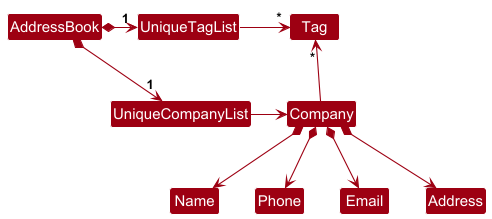
Earlier version of the PlantUML export docs/images/BetterModelClassDiagram.png (AY2526S1-CS2103T-F08a-1/tp).
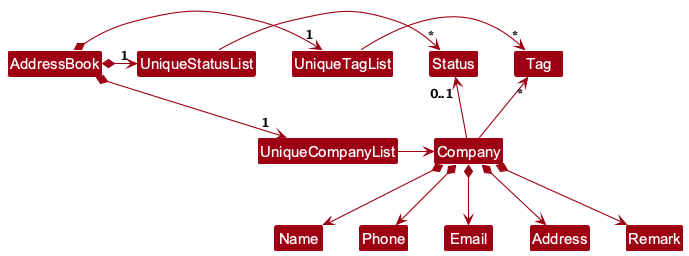
The same file after the commit.

Commit message:
Update model class diagram

Diff of the diagram source:
```diff
@@ -6,16 +6,21 @@
 
 AddressBook *-right-> "1" UniqueCompanyList
 AddressBook *-right-> "1" UniqueTagList
+AddressBook *-right-> "1" UniqueStatusList
 UniqueTagList -[hidden]down- UniqueCompanyList
 UniqueTagList -[hidden]down- UniqueCompanyList
+UniqueStatusList -[hidden]down- UniqueCompanyList
 
 UniqueTagList -right-> "*" Tag
+UniqueStatusList -right-> "*" Status
 UniqueCompanyList -right-> Company
 
 Company -up-> "*" Tag
+Company -up-> "0..1" Status
 
 Company *--> Name
 Company *--> Phone
 Company *--> Email
 Company *--> Address
+Company *--> Remark
 @enduml
```
